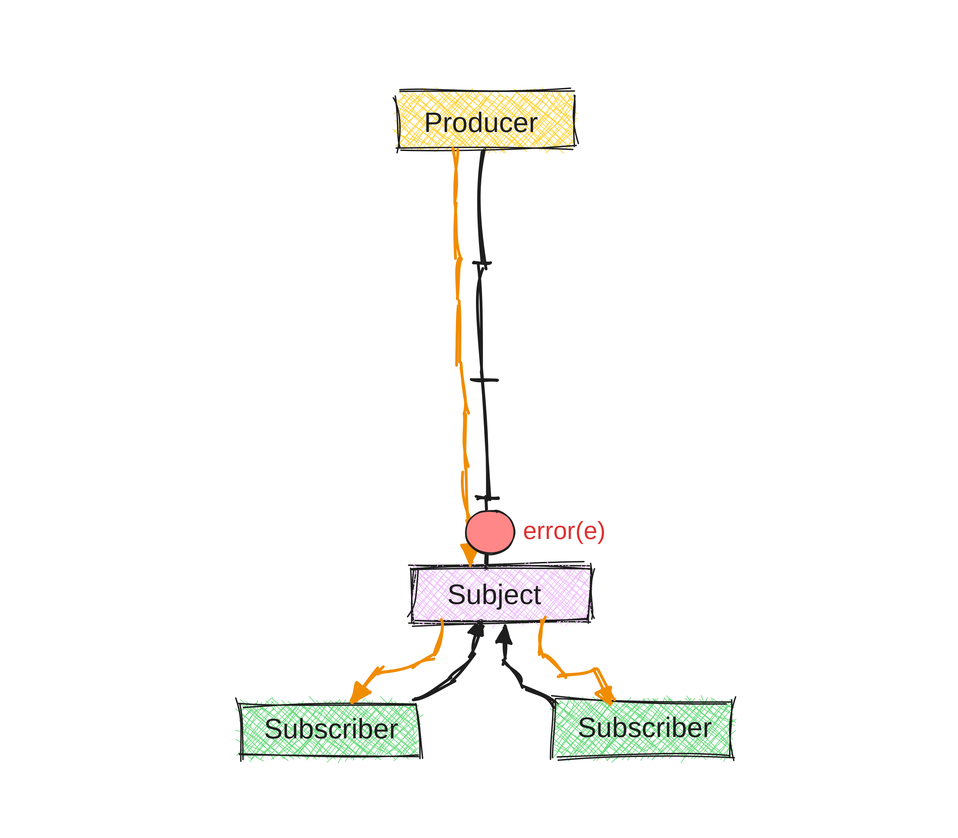
Before: images/blog/blog-rxjs-subject-receiving-error.svg, a diagram exported from Excalidraw (ducin/ducin.dev). Source tidied: one line per element, renumbered; positions are measured from the earlier drawing's top-left corner, leaving out a move shared by most shapes.
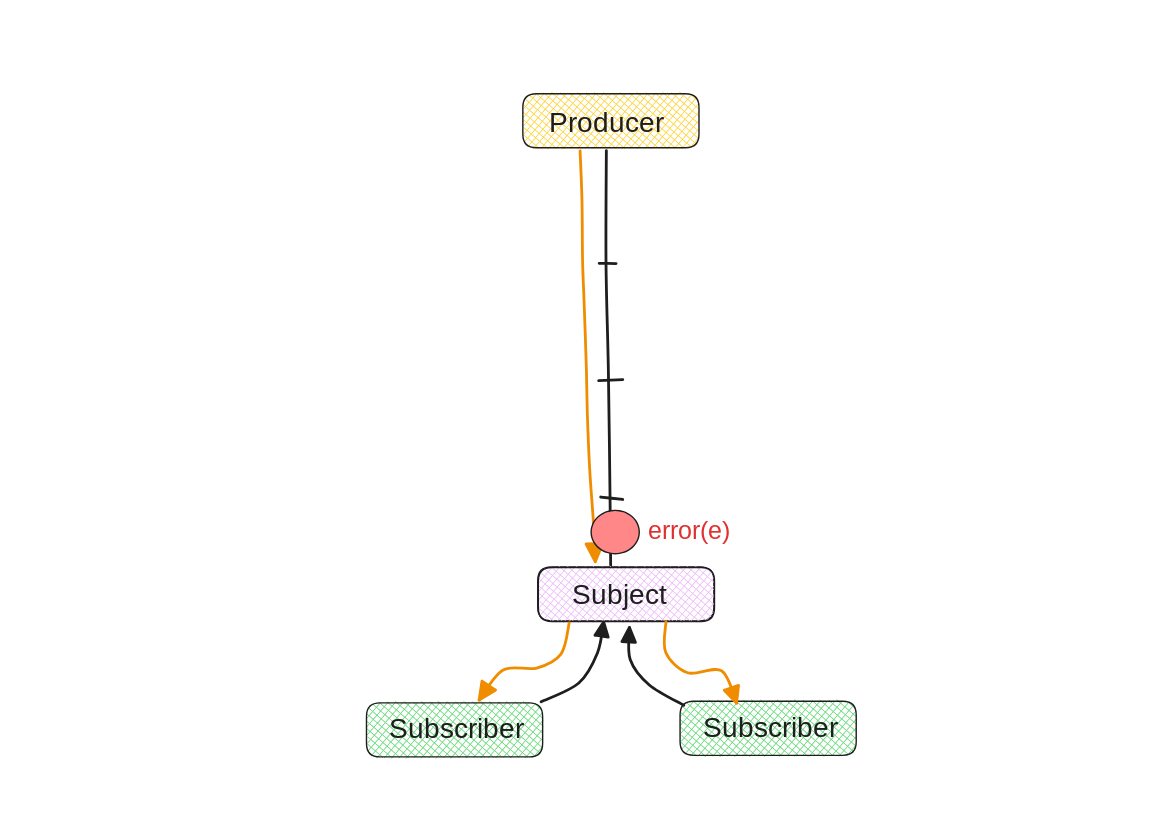
Above is the later version.

What changed in the source:
```diff
@@ -1,21 +1,21 @@
-{"id": 0, "type": "rectangle", "strokeColor": "transparent", "strokeWidth": 2, "roughness": 2, "x": 0, "y": 0, "width": 664, "height": 579}
-{"id": 1, "type": "line", "strokeColor": "#1e1e1e", "backgroundColor": "#4dabf7", "fillStyle": "cross-hatch", "strokeWidth": 2, "roughness": 2, "x": 334, "y": 98, "width": 4, "height": 333, "points": [[0, 0], [0, 81], [1, 157], [3, 248], [3, 333]]}
-{"id": 2, "type": "line", "strokeColor": "#1e1e1e", "backgroundColor": "#4dabf7", "fillStyle": "cross-hatch", "strokeWidth": 2, "roughness": 2, "x": 329, "y": 178, "width": 12, "height": 0, "points": [[0, 0], [12, 0]]}
-{"id": 3, "type": "line", "strokeColor": "#1e1e1e", "backgroundColor": "#4dabf7", "fillStyle": "cross-hatch", "strokeWidth": 2, "roughness": 2, "x": 328, "y": 262, "width": 17, "height": 1, "points": [[0, 0], [17, -1]]}
-{"id": 4, "type": "line", "strokeColor": "#1e1e1e", "backgroundColor": "#4dabf7", "fillStyle": "cross-hatch", "strokeWidth": 2, "roughness": 2, "x": 330, "y": 345, "width": 16, "height": 2, "points": [[0, 0], [16, 2]]}
-{"id": 5, "type": "arrow", "strokeColor": "#1e1e1e", "backgroundColor": "#4dabf7", "fillStyle": "cross-hatch", "strokeWidth": 2, "roughness": 2, "endArrowhead": "triangle", "from": 12, "to": 15, "x": 287, "y": 491, "width": 45, "height": 57, "points": [[0, 0], [27, -13], [40, -35], [45, -57]]}
-{"id": 6, "type": "rectangle", "strokeColor": "#1e1e1e", "backgroundColor": "#ffd43b", "fillStyle": "cross-hatch", "strokeWidth": 1, "roughness": 2, "x": 274, "y": 57, "width": 126, "height": 39}
+{"id": 21, "type": "rectangle", "strokeColor": "transparent", "strokeWidth": 2, "roughness": 0, "round": true, "x": -89, "y": 0, "width": 808, "height": 579}
+{"id": 22, "type": "line", "strokeColor": "#1e1e1e", "backgroundColor": "#4dabf7", "fillStyle": "cross-hatch", "strokeWidth": 2, "roughness": 0, "round": true, "x": 334, "y": 98, "width": 4, "height": 333, "points": [[0, 0], [0, 81], [1, 157], [3, 248], [3, 333]]}
+{"id": 23, "type": "line", "strokeColor": "#1e1e1e", "backgroundColor": "#4dabf7", "fillStyle": "cross-hatch", "strokeWidth": 2, "roughness": 0, "round": true, "x": 329, "y": 178, "width": 12, "height": 0, "points": [[0, 0], [12, 0]]}
+{"id": 24, "type": "line", "strokeColor": "#1e1e1e", "backgroundColor": "#4dabf7", "fillStyle": "cross-hatch", "strokeWidth": 2, "roughness": 0, "round": true, "x": 328, "y": 262, "width": 17, "height": 1, "points": [[0, 0], [17, -1]]}
+{"id": 25, "type": "line", "strokeColor": "#1e1e1e", "backgroundColor": "#4dabf7", "fillStyle": "cross-hatch", "strokeWidth": 2, "roughness": 0, "round": true, "x": 330, "y": 345, "width": 16, "height": 2, "points": [[0, 0], [16, 2]]}
+{"id": 26, "type": "arrow", "strokeColor": "#1e1e1e", "backgroundColor": "#4dabf7", "fillStyle": "cross-hatch", "strokeWidth": 2, "roughness": 0, "endArrowhead": "triangle", "round": true, "from": 32, "to": 15, "x": 287, "y": 491, "width": 45, "height": 57, "points": [[0, 0], [27, -13], [40, -35], [45, -57]]}
+{"id": 27, "type": "rectangle", "strokeColor": "#1e1e1e", "backgroundColor": "#ffd43b", "fillStyle": "cross-hatch", "strokeWidth": 1, "roughness": 0, "round": true, "x": 274, "y": 57, "width": 126, "height": 39}
-{"id": 7, "type": "text", "text": "Producer", "strokeColor": "#1e1e1e", "backgroundColor": "#a5d8ff", "fillStyle": "cross-hatch", "strokeWidth": 1, "roughness": 2, "fontSize": 20, "fontFamily": 1, "x": 293, "y": 66, "width": 85, "height": 25}
+{"id": 7, "type": "text", "text": "Producer", "strokeColor": "#1e1e1e", "backgroundColor": "#a5d8ff", "fillStyle": "cross-hatch", "strokeWidth": 1, "roughness": 0, "fontSize": 20, "fontFamily": 1, "round": true, "x": 293, "y": 66, "width": 85, "height": 25}
-{"id": 8, "type": "arrow", "strokeColor": "#1e1e1e", "backgroundColor": "#4dabf7", "fillStyle": "cross-hatch", "strokeWidth": 2, "roughness": 2, "endArrowhead": "triangle", "from": 10, "to": 15, "x": 389, "y": 494, "width": 39, "height": 56, "points": [[0, 0], [-25, -15], [-38, -33], [-39, -56]]}
-{"id": 9, "type": "rectangle", "strokeColor": "#1e1e1e", "backgroundColor": "#69db7c", "fillStyle": "cross-hatch", "strokeWidth": 1, "roughness": 2, "x": 386, "y": 491, "width": 126, "height": 39}
-{"id": 10, "type": "text", "text": "Subscriber", "strokeColor": "#1e1e1e", "backgroundColor": "#4dabf7", "fillStyle": "cross-hatch", "strokeWidth": 2, "roughness": 2, "fontSize": 20, "fontFamily": 1, "x": 403, "y": 498, "width": 97, "height": 25}
-{"id": 11, "type": "rectangle", "strokeColor": "#1e1e1e", "backgroundColor": "#69db7c", "fillStyle": "cross-hatch", "strokeWidth": 1, "roughness": 2, "x": 162, "y": 492, "width": 126, "height": 39}
-{"id": 12, "type": "text", "text": "Subscriber", "strokeColor": "#1e1e1e", "backgroundColor": "#4dabf7", "fillStyle": "cross-hatch", "strokeWidth": 2, "roughness": 2, "fontSize": 20, "fontFamily": 1, "x": 179, "y": 499, "width": 97, "height": 25}
-{"id": 13, "type": "rectangle", "strokeColor": "#1e1e1e", "backgroundColor": "#fff", "fillStyle": "solid", "strokeWidth": 1, "roughness": 2, "x": 285, "y": 395, "width": 126, "height": 39}
-{"id": 14, "type": "rectangle", "strokeColor": "#1e1e1e", "backgroundColor": "#eebefa", "fillStyle": "cross-hatch", "strokeWidth": 1, "roughness": 2, "x": 285, "y": 395, "width": 126, "height": 39}
+{"id": 28, "type": "arrow", "strokeColor": "#1e1e1e", "backgroundColor": "#4dabf7", "fillStyle": "cross-hatch", "strokeWidth": 2, "roughness": 0, "endArrowhead": "triangle", "round": true, "from": 30, "to": 15, "x": 389, "y": 494, "width": 39, "height": 56, "points": [[0, 0], [-25, -15], [-38, -33], [-39, -56]]}
+{"id": 29, "type": "rectangle", "strokeColor": "#1e1e1e", "backgroundColor": "#69db7c", "fillStyle": "cross-hatch", "strokeWidth": 1, "roughness": 0, "round": true, "x": 386, "y": 491, "width": 126, "height": 39}
+{"id": 30, "type": "text", "text": "Subscriber", "strokeColor": "#1e1e1e", "backgroundColor": "#4dabf7", "fillStyle": "cross-hatch", "strokeWidth": 2, "roughness": 0, "fontSize": 20, "fontFamily": 1, "round": true, "x": 403, "y": 498, "width": 97, "height": 25}
+{"id": 31, "type": "rectangle", "strokeColor": "#1e1e1e", "backgroundColor": "#69db7c", "fillStyle": "cross-hatch", "strokeWidth": 1, "roughness": 0, "round": true, "x": 162, "y": 492, "width": 126, "height": 39}
+{"id": 32, "type": "text", "text": "Subscriber", "strokeColor": "#1e1e1e", "backgroundColor": "#4dabf7", "fillStyle": "cross-hatch", "strokeWidth": 2, "roughness": 0, "fontSize": 20, "fontFamily": 1, "round": true, "x": 179, "y": 499, "width": 97, "height": 25}
+{"id": 33, "type": "rectangle", "strokeColor": "#1e1e1e", "backgroundColor": "#fff", "fillStyle": "solid", "strokeWidth": 1, "roughness": 0, "round": true, "x": 285, "y": 395, "width": 126, "height": 39}
+{"id": 34, "type": "rectangle", "strokeColor": "#1e1e1e", "backgroundColor": "#eebefa", "fillStyle": "cross-hatch", "strokeWidth": 1, "roughness": 0, "round": true, "x": 285, "y": 395, "width": 126, "height": 39}
-{"id": 15, "type": "text", "text": "Subject", "strokeColor": "#1e1e1e", "backgroundColor": "#a5d8ff", "fillStyle": "cross-hatch", "strokeWidth": 1, "roughness": 2, "fontSize": 20, "fontFamily": 1, "x": 310, "y": 403, "width": 73, "height": 25}
+{"id": 15, "type": "text", "text": "Subject", "strokeColor": "#1e1e1e", "backgroundColor": "#a5d8ff", "fillStyle": "cross-hatch", "strokeWidth": 1, "roughness": 0, "fontSize": 20, "fontFamily": 1, "round": true, "x": 310, "y": 403, "width": 73, "height": 25}
-{"id": 16, "type": "arrow", "strokeColor": "#f08c00", "backgroundColor": "#fff", "fillStyle": "solid", "strokeWidth": 2, "roughness": 2, "endArrowhead": "triangle", "from": 15, "to": 12, "x": 307, "y": 435, "width": 64, "height": 55, "points": [[0, 0], [-6, 22], [-23, 32], [-47, 34], [-64, 55]]}
-{"id": 17, "type": "arrow", "strokeColor": "#f08c00", "backgroundColor": "#fff", "fillStyle": "solid", "strokeWidth": 2, "roughness": 2, "endArrowhead": "triangle", "from": 15, "to": 10, "x": 376, "y": 434, "width": 51, "height": 58, "points": [[0, 0], [0, 22], [15, 37], [40, 35], [50, 58]]}
-{"id": 18, "type": "arrow", "strokeColor": "#f08c00", "angle": 3.12, "backgroundColor": "#fff", "fillStyle": "solid", "strokeWidth": 2, "roughness": 2, "endArrowhead": "triangle", "from": 7, "to": 15, "x": 322, "y": 391, "width": 4, "height": 294, "points": [[0, 0], [0, -36], [0, -78], [0, -108], [-1, -153], [-4, -189], [-1, -229], [-3, -265], [-3, -294]]}
-{"id": 19, "type": "ellipse", "strokeColor": "#1e1e1e", "backgroundColor": "#ff8787", "fillStyle": "solid", "strokeWidth": 1, "roughness": 1, "round": true, "x": 323, "y": 355, "width": 34, "height": 31}
+{"id": 35, "type": "arrow", "strokeColor": "#f08c00", "backgroundColor": "#fff", "fillStyle": "solid", "strokeWidth": 2, "roughness": 0, "endArrowhead": "triangle", "round": true, "from": 15, "to": 32, "x": 307, "y": 435, "width": 64, "height": 55, "points": [[0, 0], [-6, 22], [-23, 32], [-47, 34], [-64, 55]]}
+{"id": 36, "type": "arrow", "strokeColor": "#f08c00", "backgroundColor": "#fff", "fillStyle": "solid", "strokeWidth": 2, "roughness": 0, "endArrowhead": "triangle", "round": true, "from": 15, "to": 30, "x": 376, "y": 434, "width": 51, "height": 58, "points": [[0, 0], [0, 22], [15, 37], [40, 35], [50, 58]]}
+{"id": 37, "type": "arrow", "strokeColor": "#f08c00", "angle": 3.12, "backgroundColor": "#fff", "fillStyle": "solid", "strokeWidth": 2, "roughness": 0, "endArrowhead": "triangle", "round": true, "from": 7, "to": 38, "x": 322, "y": 391, "width": 4, "height": 294, "points": [[0, 0], [0, -36], [0, -78], [0, -108], [-1, -153], [0, -190], [-1, -229], [-3, -265], [-3, -294]]}
+{"id": 38, "type": "ellipse", "strokeColor": "#1e1e1e", "backgroundColor": "#ff8787", "fillStyle": "solid", "strokeWidth": 1, "roughness": 0, "round": true, "x": 323, "y": 355, "width": 34, "height": 31}
-{"id": 20, "type": "text", "text": "error(e)", "strokeColor": "#e03131", "backgroundColor": "#69db7c", "fillStyle": "solid", "strokeWidth": 1, "roughness": 0, "fontSize": 17.51, "fontFamily": 1, "x": 364, "y": 359, "width": 65, "height": 22}
+{"id": 20, "type": "text", "text": "error(e)", "strokeColor": "#e03131", "backgroundColor": "#69db7c", "fillStyle": "solid", "strokeWidth": 1, "roughness": 0, "fontSize": 17.51, "fontFamily": 1, "round": true, "x": 363, "y": 359, "width": 65, "height": 22}
```
